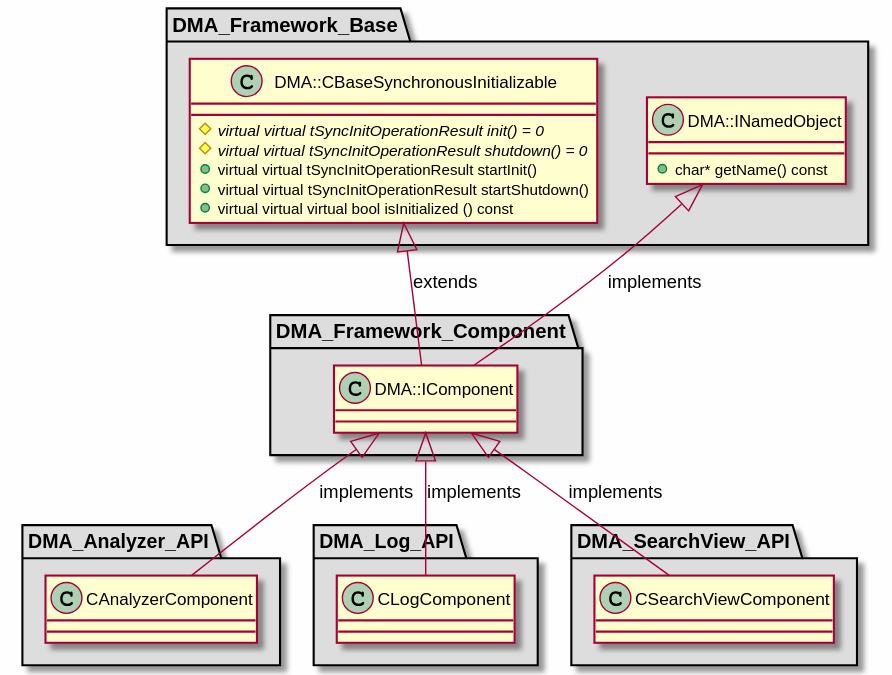
Earlier version of the PlantUML export md/dev_docs/puml/DMA_Framework_Component.svg (svlad-90/DLT-Message-Analyzer).
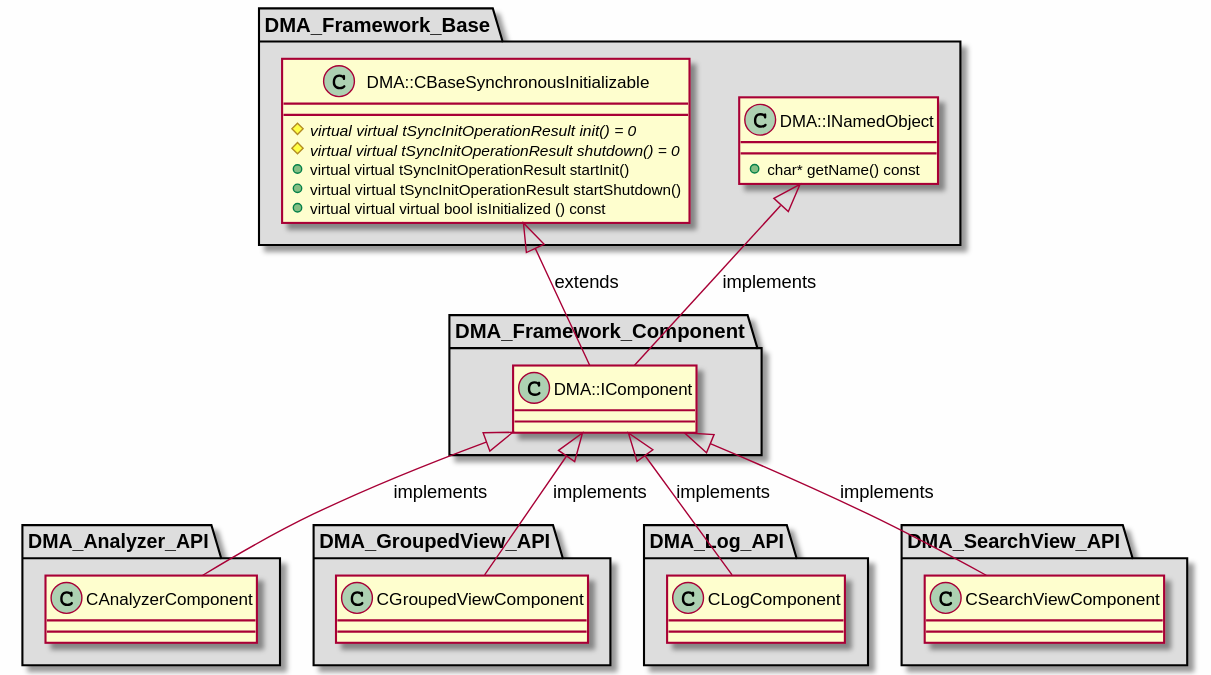
After the change.

What changed in the source:
```diff
@@ -39,6 +39,15 @@
 
 }
 
+package "DMA_GroupedView_API" #DDDDDD
+{
+
+class "CGroupedViewComponent"
+{
+}
+
+}
+
 package "DMA_Log_API" #DDDDDD
 {
 
@@ -60,6 +69,7 @@
 DMA::IComponent <|-- CAnalyzerComponent : implements
 DMA::CBaseSynchronousInitializable <|-- DMA::IComponent : extends
 DMA::INamedObject <|-- DMA::IComponent : implements
+DMA::IComponent <|-- CGroupedViewComponent : implements
 DMA::IComponent <|-- CLogComponent : implements
 DMA::IComponent <|-- CSearchViewComponent : implements
 
```
